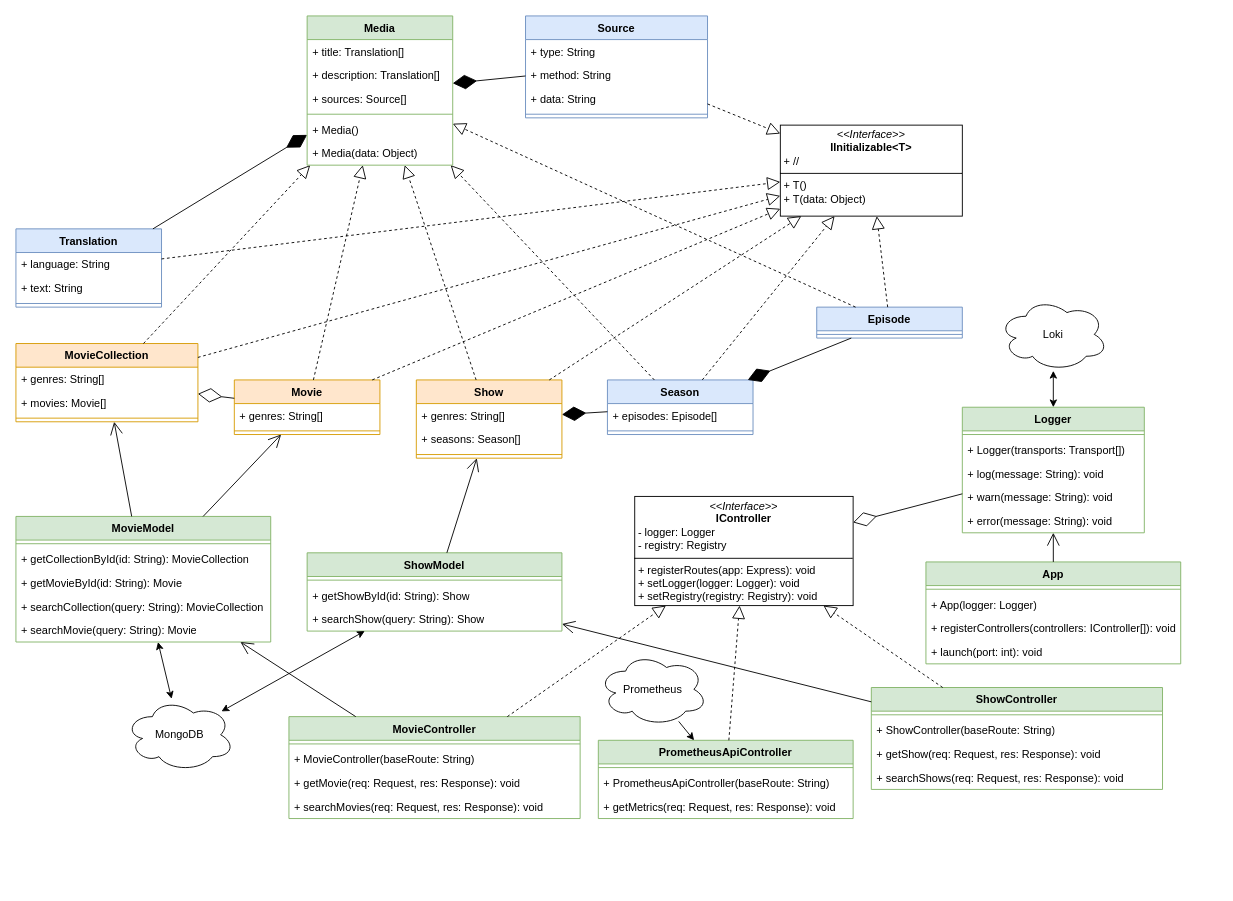
Before: page "Classes" (3 of 4) of docs/mdb.drawio in TimKral5/mediadb, a draw.io diagram. Source tidied: cells renumbered, new cells numbered last; positions are measured from the earlier drawing's top-left corner, leaving out a move shared by most shapes. Both pictures are drawn from the tidied source at 91%, with x=0, y=0 at pixel (15, 15).
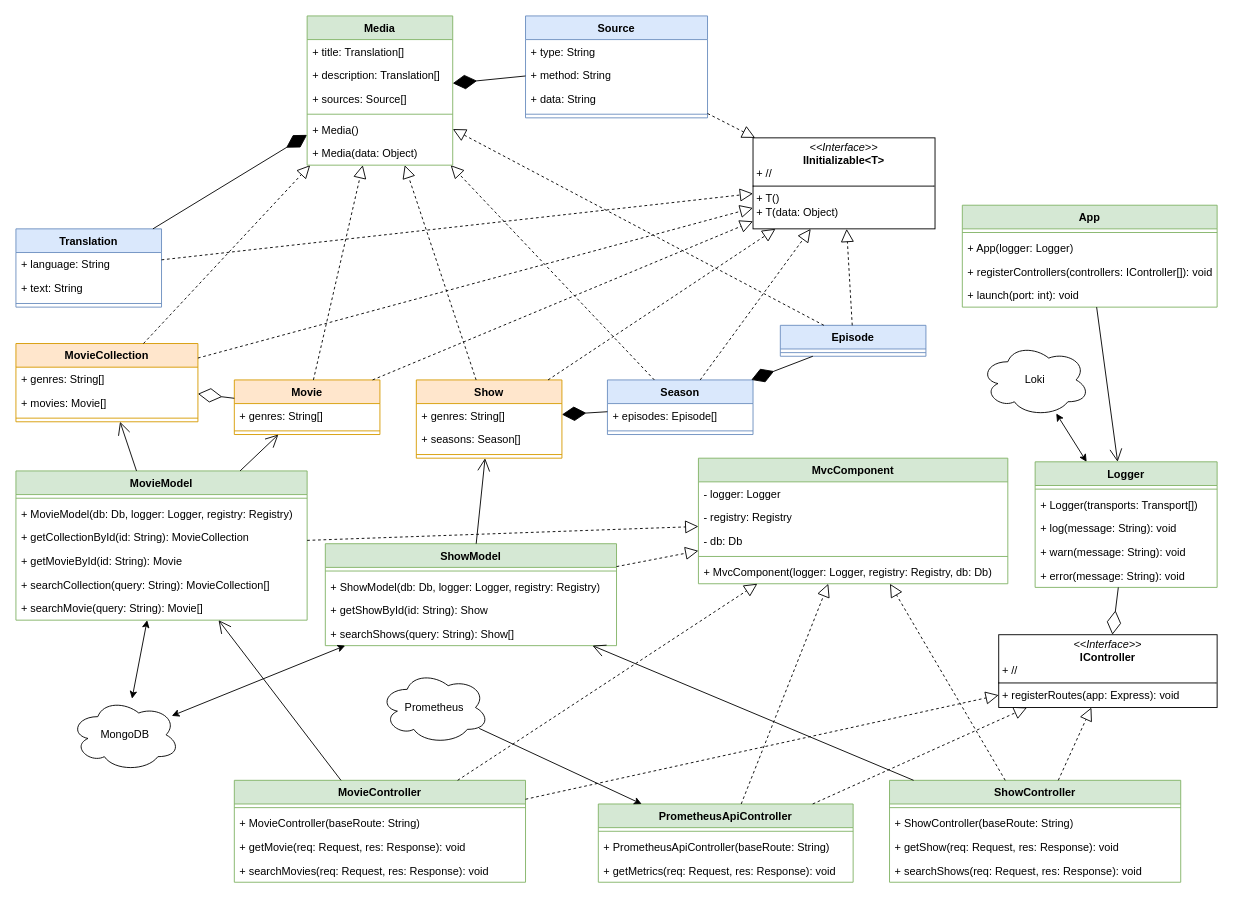
The same diagram, later.

The edit, as a diff of the source:
```diff
@@
     <mxCell id="25" value="Episode" style="swimlane;fontStyle=1;align=center;verticalAlign=top;horizontal=1;startSize=26;whiteSpace=wrap;html=1;fillColor=#dae8fc;strokeColor=#6c8ebf;" parent="1" vertex="1">
-      <mxGeometry x="880" y="320" width="160" height="34" as="geometry" />
+      <mxGeometry x="840" y="340" width="160" height="34" as="geometry" />
     </mxCell>
@@
     <mxCell id="36" value="MongoDB" style="ellipse;shape=cloud;whiteSpace=wrap;html=1;" parent="1" vertex="1">
-      <mxGeometry x="120" y="750" width="120" height="80" as="geometry" />
+      <mxGeometry x="60" y="750" width="120" height="80" as="geometry" />
     </mxCell>
     <mxCell id="37" value="MovieModel" style="swimlane;fontStyle=1;align=center;verticalAlign=top;horizontal=1;startSize=26;whiteSpace=wrap;html=1;fillColor=#d5e8d4;strokeColor=#82b366;" parent="1" vertex="1">
-      <mxGeometry y="550" width="280" height="138" as="geometry" />
+      <mxGeometry y="500" width="320" height="164" as="geometry" />
     </mxCell>
     <mxCell id="38" style="line;strokeWidth=1;fillColor=none;align=left;verticalAlign=middle;spacingTop=-1;spacingLeft=3;spacingRight=3;labelPosition=right;strokeColor=inherit;" parent="37" vertex="1">
-      <mxGeometry y="26" width="280" height="8" as="geometry" />
+      <mxGeometry y="26" width="320" height="8" as="geometry" />
     </mxCell>
+    <mxCell id="105" value="+ MovieModel(db: Db, logger: Logger, registry: Registry)" style="text;strokeColor=none;fillColor=none;align=left;verticalAlign=top;spacingLeft=4;spacingRight=4;overflow=hidden;whiteSpace=wrap;html=1;" parent="37" vertex="1">
+      <mxGeometry y="34" width="320" height="26" as="geometry" />
+    </mxCell>
     <mxCell id="39" value="+ getCollectionById(id: String): MovieCollection" style="text;strokeColor=none;fillColor=none;align=left;verticalAlign=top;spacingLeft=4;spacingRight=4;overflow=hidden;whiteSpace=wrap;html=1;" parent="37" vertex="1">
-      <mxGeometry y="34" width="280" height="26" as="geometry" />
+      <mxGeometry y="60" width="320" height="26" as="geometry" />
     </mxCell>
     <mxCell id="40" value="+ getMovieById(id: String): Movie" style="text;strokeColor=none;fillColor=none;align=left;verticalAlign=top;spacingLeft=4;spacingRight=4;overflow=hidden;whiteSpace=wrap;html=1;" parent="37" vertex="1">
-      <mxGeometry y="60" width="280" height="26" as="geometry" />
+      <mxGeometry y="86" width="320" height="26" as="geometry" />
     </mxCell>
-    <mxCell id="41" value="+ searchCollection(query: String): MovieCollection" style="text;strokeColor=none;fillColor=none;align=left;verticalAlign=top;spacingLeft=4;spacingRight=4;overflow=hidden;whiteSpace=wrap;html=1;" parent="37" vertex="1">
-      <mxGeometry y="86" width="280" height="26" as="geometry" />
+    <mxCell id="41" value="+ searchCollection(query: String): MovieCollection[]" style="text;strokeColor=none;fillColor=none;align=left;verticalAlign=top;spacingLeft=4;spacingRight=4;overflow=hidden;whiteSpace=wrap;html=1;" parent="37" vertex="1">
+      <mxGeometry y="112" width="320" height="26" as="geometry" />
     </mxCell>
-    <mxCell id="42" value="+ searchMovie(query: String): Movie" style="text;strokeColor=none;fillColor=none;align=left;verticalAlign=top;spacingLeft=4;spacingRight=4;overflow=hidden;whiteSpace=wrap;html=1;" parent="37" vertex="1">
-      <mxGeometry y="112" width="280" height="26" as="geometry" />
+    <mxCell id="42" value="+ searchMovie(query: String): Movie[]" style="text;strokeColor=none;fillColor=none;align=left;verticalAlign=top;spacingLeft=4;spacingRight=4;overflow=hidden;whiteSpace=wrap;html=1;" parent="37" vertex="1">
+      <mxGeometry y="138" width="320" height="26" as="geometry" />
     </mxCell>
@@
     <mxCell id="44" value="ShowModel" style="swimlane;fontStyle=1;align=center;verticalAlign=top;horizontal=1;startSize=26;whiteSpace=wrap;html=1;fillColor=#d5e8d4;strokeColor=#82b366;" parent="1" vertex="1">
-      <mxGeometry x="320" y="590" width="280" height="86" as="geometry" />
+      <mxGeometry x="340" y="580" width="320" height="112" as="geometry" />
     </mxCell>
     <mxCell id="45" style="line;strokeWidth=1;fillColor=none;align=left;verticalAlign=middle;spacingTop=-1;spacingLeft=3;spacingRight=3;labelPosition=right;strokeColor=inherit;" parent="44" vertex="1">
-      <mxGeometry y="26" width="280" height="8" as="geometry" />
+      <mxGeometry y="26" width="320" height="8" as="geometry" />
     </mxCell>
+    <mxCell id="106" value="+ ShowModel(db: Db, logger: Logger, registry: Registry)" style="text;strokeColor=none;fillColor=none;align=left;verticalAlign=top;spacingLeft=4;spacingRight=4;overflow=hidden;whiteSpace=wrap;html=1;" parent="44" vertex="1">
+      <mxGeometry y="34" width="320" height="26" as="geometry" />
+    </mxCell>
     <mxCell id="46" value="+ getShowById(id: String): Show" style="text;strokeColor=none;fillColor=none;align=left;verticalAlign=top;spacingLeft=4;spacingRight=4;overflow=hidden;whiteSpace=wrap;html=1;" parent="44" vertex="1">
-      <mxGeometry y="34" width="280" height="26" as="geometry" />
+      <mxGeometry y="60" width="320" height="26" as="geometry" />
     </mxCell>
-    <mxCell id="47" value="+ searchShow(query: String): Show" style="text;strokeColor=none;fillColor=none;align=left;verticalAlign=top;spacingLeft=4;spacingRight=4;overflow=hidden;whiteSpace=wrap;html=1;" parent="44" vertex="1">
-      <mxGeometry y="60" width="280" height="26" as="geometry" />
+    <mxCell id="47" value="+ searchShows(query: String): Show[]" style="text;strokeColor=none;fillColor=none;align=left;verticalAlign=top;spacingLeft=4;spacingRight=4;overflow=hidden;whiteSpace=wrap;html=1;" parent="44" vertex="1">
+      <mxGeometry y="86" width="320" height="26" as="geometry" />
     </mxCell>
@@
     <mxCell id="53" value="ShowController" style="swimlane;fontStyle=1;align=center;verticalAlign=top;horizontal=1;startSize=26;whiteSpace=wrap;html=1;fillColor=#d5e8d4;strokeColor=#82b366;" parent="1" vertex="1">
-      <mxGeometry x="940" y="738" width="320" height="112" as="geometry" />
+      <mxGeometry x="960" y="840" width="320" height="112" as="geometry" />
     </mxCell>
@@
     <mxCell id="58" value="MovieController" style="swimlane;fontStyle=1;align=center;verticalAlign=top;horizontal=1;startSize=26;whiteSpace=wrap;html=1;fillColor=#d5e8d4;strokeColor=#82b366;" parent="1" vertex="1">
-      <mxGeometry x="300" y="770" width="320" height="112" as="geometry" />
+      <mxGeometry x="240" y="840" width="320" height="112" as="geometry" />
     </mxCell>
@@
     <mxCell id="63" value="PrometheusApiController" style="swimlane;fontStyle=1;align=center;verticalAlign=top;horizontal=1;startSize=26;whiteSpace=wrap;html=1;fillColor=#d5e8d4;strokeColor=#82b366;" parent="1" vertex="1">
-      <mxGeometry x="640" y="796" width="280" height="86" as="geometry" />
+      <mxGeometry x="640" y="866" width="280" height="86" as="geometry" />
     </mxCell>
@@
-    <mxCell id="67" value="&lt;p style=&quot;margin:0px;margin-top:4px;text-align:center;&quot;&gt;&lt;i&gt;&amp;lt;&amp;lt;Interface&amp;gt;&amp;gt;&lt;/i&gt;&lt;br&gt;&lt;b&gt;IController&lt;/b&gt;&lt;/p&gt;&lt;p style=&quot;margin:0px;margin-left:4px;&quot;&gt;- logger: Logger&lt;/p&gt;&lt;p style=&quot;margin:0px;margin-left:4px;&quot;&gt;- registry: Registry&lt;/p&gt;&lt;hr size=&quot;1&quot; style=&quot;border-style:solid;&quot;&gt;&lt;p style=&quot;margin:0px;margin-left:4px;&quot;&gt;+ registerRoutes(app: Express): void&lt;/p&gt;&lt;p style=&quot;margin:0px;margin-left:4px;&quot;&gt;+ setLogger(logger: Logger): void&lt;/p&gt;&lt;p style=&quot;margin:0px;margin-left:4px;&quot;&gt;+ setRegistry(registry: Registry): void&lt;/p&gt;" style="verticalAlign=top;align=left;overflow=fill;html=1;whiteSpace=wrap;" parent="1" vertex="1">
-      <mxGeometry x="680" y="528" width="240" height="120" as="geometry" />
-    </mxCell>
-    <mxCell id="68" style="endArrow=block;dashed=1;endFill=0;endSize=12;html=1;rounded=0;" parent="1" edge="1" source="53" target="67">
+    <mxCell id="68" style="endArrow=block;dashed=1;endFill=0;endSize=12;html=1;rounded=0;" parent="1" edge="1" source="53" target="116">
       <mxGeometry relative="1" as="geometry" />
     </mxCell>
-    <mxCell id="69" style="endArrow=block;dashed=1;endFill=0;endSize=12;html=1;rounded=0;" parent="1" edge="1" source="58" target="67">
+    <mxCell id="69" style="endArrow=block;dashed=1;endFill=0;endSize=12;html=1;rounded=0;" parent="1" edge="1" source="58" target="116">
       <mxGeometry relative="1" as="geometry" />
     </mxCell>
-    <mxCell id="70" style="endArrow=block;dashed=1;endFill=0;endSize=12;html=1;rounded=0;" parent="1" edge="1" source="63" target="67">
+    <mxCell id="70" style="endArrow=block;dashed=1;endFill=0;endSize=12;html=1;rounded=0;" parent="1" edge="1" source="63" target="116">
       <mxGeometry relative="1" as="geometry" />
     </mxCell>
     <mxCell id="71" value="App" style="swimlane;fontStyle=1;align=center;verticalAlign=top;horizontal=1;startSize=26;whiteSpace=wrap;html=1;fillColor=#d5e8d4;strokeColor=#82b366;" parent="1" vertex="1">
-      <mxGeometry x="1000" y="600" width="280" height="112" as="geometry" />
+      <mxGeometry x="1040" y="208" width="280" height="112" as="geometry" />
     </mxCell>
@@
     <mxCell id="76" value="Prometheus" style="ellipse;shape=cloud;whiteSpace=wrap;html=1;" parent="1" vertex="1">
-      <mxGeometry x="640" y="700" width="120" height="80" as="geometry" />
+      <mxGeometry x="400" y="720" width="120" height="80" as="geometry" />
     </mxCell>
@@
     <mxCell id="78" value="Loki" style="ellipse;shape=cloud;whiteSpace=wrap;html=1;" parent="1" vertex="1">
-      <mxGeometry x="1080" y="310" width="120" height="80" as="geometry" />
+      <mxGeometry x="1060" y="360" width="120" height="80" as="geometry" />
     </mxCell>
     <mxCell id="79" value="Logger" style="swimlane;fontStyle=1;align=center;verticalAlign=top;horizontal=1;startSize=26;whiteSpace=wrap;html=1;fillColor=#d5e8d4;strokeColor=#82b366;" parent="1" vertex="1">
-      <mxGeometry x="1040" y="430" width="200" height="138" as="geometry" />
+      <mxGeometry x="1120" y="490" width="200" height="138" as="geometry" />
     </mxCell>
@@
-    <mxCell id="87" style="endArrow=diamondThin;endFill=0;endSize=24;html=1;rounded=0;" parent="1" edge="1" source="79" target="67">
+    <mxCell id="87" style="endArrow=diamondThin;endFill=0;endSize=24;html=1;rounded=0;" parent="1" edge="1" source="79" target="116">
       <mxGeometry relative="1" as="geometry" />
     </mxCell>
@@
     <mxCell id="90" value="&lt;p style=&quot;margin:0px;margin-top:4px;text-align:center;&quot;&gt;&lt;i&gt;&amp;lt;&amp;lt;Interface&amp;gt;&amp;gt;&lt;/i&gt;&lt;br&gt;&lt;b&gt;IInitializable&amp;lt;T&amp;gt;&lt;/b&gt;&lt;/p&gt;&lt;p style=&quot;margin:0px;margin-left:4px;&quot;&gt;&lt;span style=&quot;background-color: transparent; color: light-dark(rgb(0, 0, 0), rgb(255, 255, 255));&quot;&gt;+ //&lt;/span&gt;&lt;/p&gt;&lt;hr size=&quot;1&quot; style=&quot;border-style:solid;&quot;&gt;&lt;p style=&quot;margin:0px;margin-left:4px;&quot;&gt;+ T()&lt;/p&gt;&lt;p style=&quot;margin:0px;margin-left:4px;&quot;&gt;+ T(data: Object)&lt;/p&gt;" style="verticalAlign=top;align=left;overflow=fill;html=1;whiteSpace=wrap;" parent="1" vertex="1">
-      <mxGeometry x="840" y="120" width="200" height="100" as="geometry" />
+      <mxGeometry x="810" y="134" width="200" height="100" as="geometry" />
     </mxCell>
@@
+    <mxCell id="107" value="MvcComponent" style="swimlane;fontStyle=1;align=center;verticalAlign=top;horizontal=1;startSize=26;whiteSpace=wrap;html=1;fillColor=#d5e8d4;strokeColor=#82b366;" parent="1" vertex="1">
+      <mxGeometry x="750" y="486" width="340" height="138" as="geometry" />
+    </mxCell>
+    <mxCell id="108" value="- logger: Logger" style="text;strokeColor=none;fillColor=none;align=left;verticalAlign=top;spacingLeft=4;spacingRight=4;overflow=hidden;whiteSpace=wrap;html=1;" parent="107" vertex="1">
+      <mxGeometry y="26" width="340" height="26" as="geometry" />
+    </mxCell>
+    <mxCell id="109" value="- registry: Registry" style="text;strokeColor=none;fillColor=none;align=left;verticalAlign=top;spacingLeft=4;spacingRight=4;overflow=hidden;whiteSpace=wrap;html=1;" parent="107" vertex="1">
+      <mxGeometry y="52" width="340" height="26" as="geometry" />
+    </mxCell>
+    <mxCell id="110" value="- db: Db" style="text;strokeColor=none;fillColor=none;align=left;verticalAlign=top;spacingLeft=4;spacingRight=4;overflow=hidden;whiteSpace=wrap;html=1;" parent="107" vertex="1">
+      <mxGeometry y="78" width="340" height="26" as="geometry" />
+    </mxCell>
+    <mxCell id="111" style="line;strokeWidth=1;fillColor=none;align=left;verticalAlign=middle;spacingTop=-1;spacingLeft=3;spacingRight=3;labelPosition=right;strokeColor=inherit;" parent="107" vertex="1">
+      <mxGeometry y="104" width="340" height="8" as="geometry" />
+    </mxCell>
+    <mxCell id="112" value="+ MvcComponent(logger: Logger, registry: Registry, db: Db)" style="text;strokeColor=none;fillColor=none;align=left;verticalAlign=top;spacingLeft=4;spacingRight=4;overflow=hidden;whiteSpace=wrap;html=1;" parent="107" vertex="1">
+      <mxGeometry y="112" width="340" height="26" as="geometry" />
+    </mxCell>
+    <mxCell id="113" style="endArrow=block;dashed=1;endFill=0;endSize=12;html=1;rounded=0;" parent="1" edge="1" source="53" target="107">
+      <mxGeometry relative="1" as="geometry" />
+    </mxCell>
+    <mxCell id="114" style="endArrow=block;dashed=1;endFill=0;endSize=12;html=1;rounded=0;" parent="1" edge="1" source="44" target="107">
+      <mxGeometry relative="1" as="geometry" />
+    </mxCell>
+    <mxCell id="115" style="endArrow=block;dashed=1;endFill=0;endSize=12;html=1;rounded=0;" parent="1" edge="1" source="37" target="107">
+      <mxGeometry relative="1" as="geometry" />
+    </mxCell>
+    <mxCell id="116" value="&lt;p style=&quot;margin:0px;margin-top:4px;text-align:center;&quot;&gt;&lt;i&gt;&amp;lt;&amp;lt;Interface&amp;gt;&amp;gt;&lt;/i&gt;&lt;br&gt;&lt;b&gt;IController&lt;/b&gt;&lt;/p&gt;&lt;p style=&quot;margin:0px;margin-left:4px;&quot;&gt;&lt;span style=&quot;background-color: transparent; color: light-dark(rgb(0, 0, 0), rgb(255, 255, 255));&quot;&gt;+ //&lt;/span&gt;&lt;/p&gt;&lt;hr size=&quot;1&quot; style=&quot;border-style:solid;&quot;&gt;&lt;p style=&quot;margin:0px;margin-left:4px;&quot;&gt;+ registerRoutes(app: Express): void&lt;br&gt;&lt;/p&gt;" style="verticalAlign=top;align=left;overflow=fill;html=1;whiteSpace=wrap;" parent="1" vertex="1">
+      <mxGeometry x="1080" y="680" width="240" height="80" as="geometry" />
+    </mxCell>
+    <mxCell id="117" style="endArrow=block;dashed=1;endFill=0;endSize=12;html=1;rounded=0;" parent="1" edge="1" source="63" target="107">
+      <mxGeometry relative="1" as="geometry" />
+    </mxCell>
+    <mxCell id="118" style="endArrow=block;dashed=1;endFill=0;endSize=12;html=1;rounded=0;" parent="1" edge="1" source="58" target="107">
+      <mxGeometry relative="1" as="geometry" />
+    </mxCell>
```
